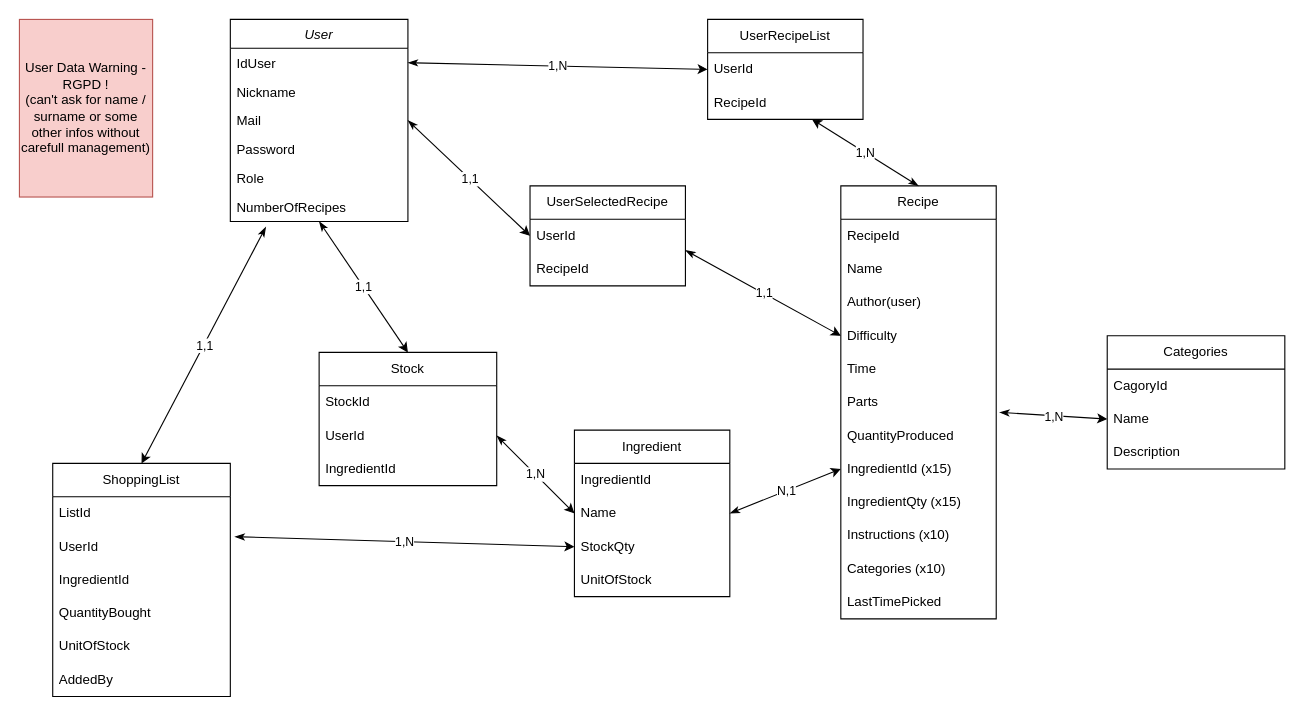
Above: StockingDraws/Diagramme sans nom.drawio in Windryuu/DrawIoRepo (draw.io), before the change. Source tidied: cells renumbered, new cells numbered last; positions are measured from the earlier drawing's top-left corner, leaving out a move shared by most shapes. Both pictures are drawn from the tidied source at 111%, with x=0, y=0 at pixel (19, 19).
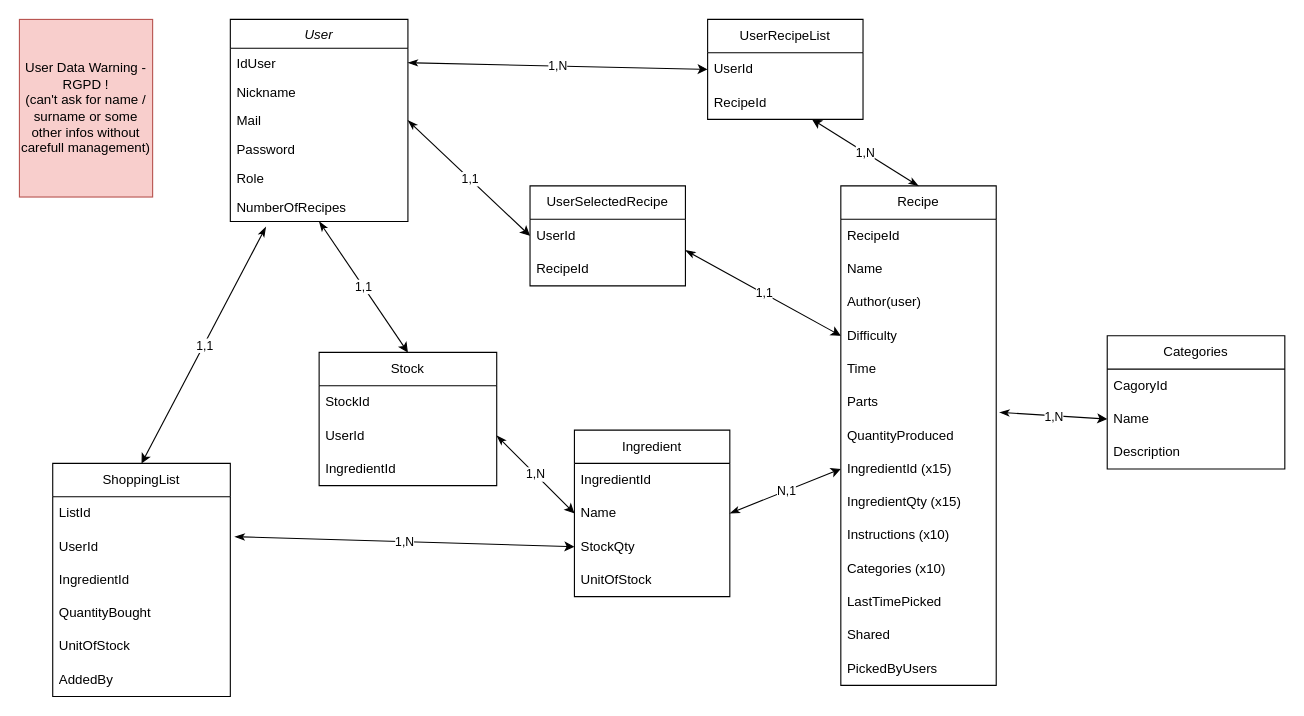
After the change.

Diff of the diagram source:
```diff
@@
     <mxCell id="10" value="Recipe" style="swimlane;fontStyle=0;horizontal=1;startSize=30;whiteSpace=wrap;html=1;" parent="1" vertex="1">
-      <mxGeometry x="740" y="150" width="140" height="390" as="geometry" />
+      <mxGeometry x="740" y="150" width="140" height="450" as="geometry" />
     </mxCell>
@@
+    <mxCell id="69" value="Shared" style="text;strokeColor=none;fillColor=none;align=left;verticalAlign=middle;spacingLeft=4;spacingRight=4;overflow=hidden;whiteSpace=wrap;html=1;" parent="10" vertex="1">
+      <mxGeometry y="390" width="140" height="30" as="geometry" />
+    </mxCell>
+    <mxCell id="70" value="PickedByUsers" style="text;strokeColor=none;fillColor=none;align=left;verticalAlign=middle;spacingLeft=4;spacingRight=4;overflow=hidden;whiteSpace=wrap;html=1;" parent="10" vertex="1">
+      <mxGeometry y="420" width="140" height="30" as="geometry" />
+    </mxCell>
```
